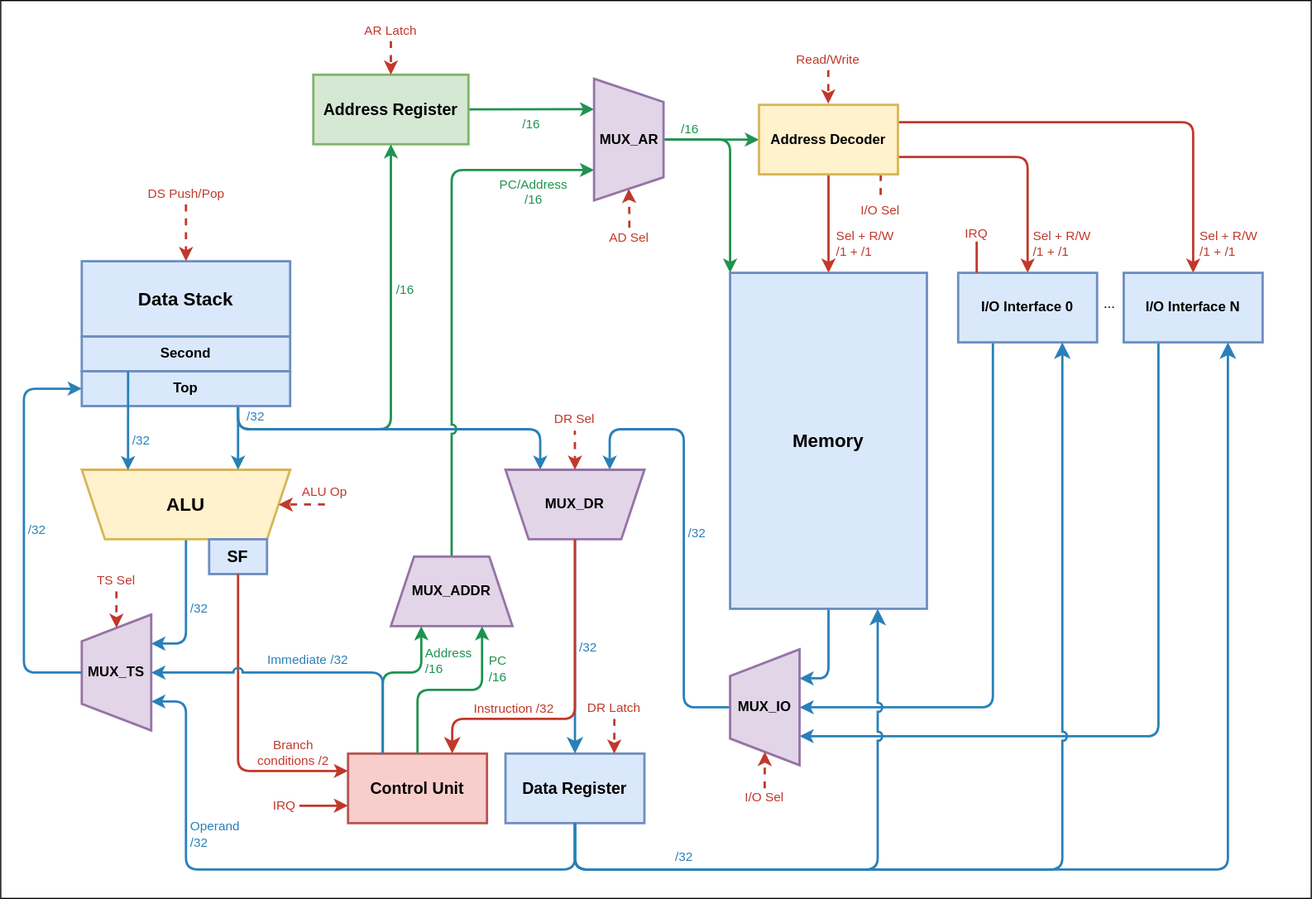
Earlier version of the draw.io export img/datapath.svg (s4dnex/csa-lab4). Source tidied: cells renumbered, new cells last; positions are measured from the earlier drawing's top-left corner, leaving out a move shared by most shapes.
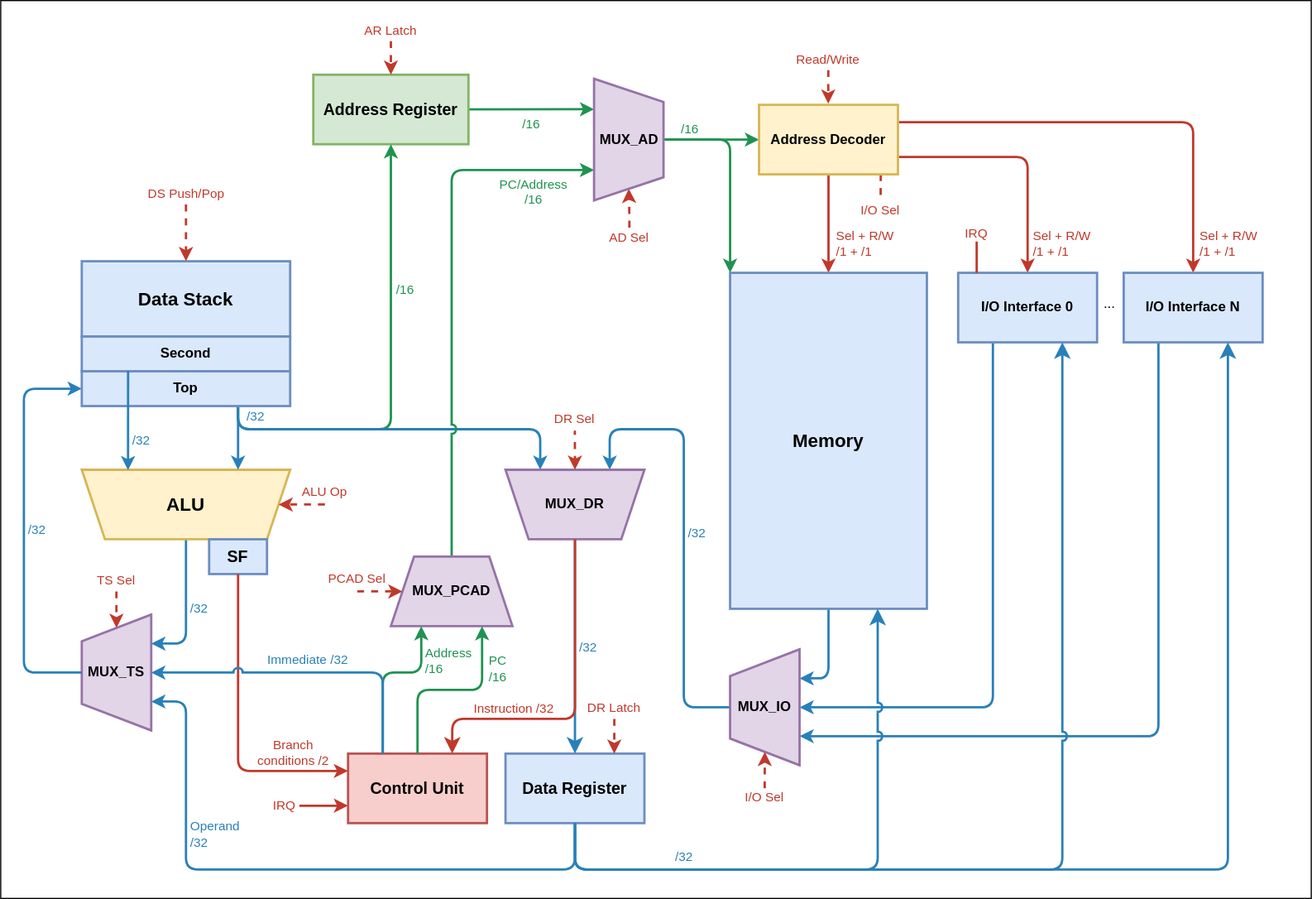
The same file after the commit.

Commit message:
fix: small mistakes on datapath scheme

What changed in the source:
```diff
@@ -294,7 +294,7 @@
     <mxCell id="53" value="Address Decoder" style="rounded=0;whiteSpace=wrap;html=1;strokeColor=#d6b656;strokeWidth=2;align=center;verticalAlign=middle;fontFamily=Helvetica;fontSize=12;fontColor=#000000;fontStyle=1;fillColor=#fff2cc;" parent="1" vertex="1">
       <mxGeometry x="821" y="90" width="120" height="60" as="geometry" />
     </mxCell>
-    <mxCell id="54" value="MUX_AR" style="shape=trapezoid;perimeter=trapezoidPerimeter;whiteSpace=wrap;html=1;fixedSize=1;rounded=0;strokeColor=#9673a6;strokeWidth=2;align=center;verticalAlign=middle;arcSize=15;fontFamily=Helvetica;fontSize=12;fontColor=light-dark(#000000,#EDEDED);fontStyle=1;fillColor=#e1d5e7;rotation=90;horizontal=0;" parent="1" vertex="1">
+    <mxCell id="54" value="MUX_AD" style="shape=trapezoid;perimeter=trapezoidPerimeter;whiteSpace=wrap;html=1;fixedSize=1;rounded=0;strokeColor=#9673a6;strokeWidth=2;align=center;verticalAlign=middle;arcSize=15;fontFamily=Helvetica;fontSize=12;fontColor=light-dark(#000000,#EDEDED);fontStyle=1;fillColor=#e1d5e7;rotation=90;horizontal=0;" parent="1" vertex="1">
       <mxGeometry x="656" y="90" width="105" height="60" as="geometry" />
     </mxCell>
     <mxCell id="55" style="edgeStyle=orthogonalEdgeStyle;rounded=1;jettySize=auto;html=1;fontSize=11;startSize=8;endSize=8;shadow=0;flowAnimation=0;entryX=0.75;entryY=0;entryDx=0;entryDy=0;exitX=0.5;exitY=0;exitDx=0;exitDy=0;strokeColor=#c0392b;strokeWidth=2;align=left;verticalAlign=middle;fontFamily=Helvetica;fontColor=#C0392B;labelBackgroundColor=none;endArrow=classic;spacingLeft=0;spacingTop=0;spacing=2;labelBorderColor=none;jumpStyle=arc;labelPosition=right;verticalLabelPosition=middle;" parent="1" edge="1" source="34" target="31">
@@ -319,7 +319,7 @@
         </Array>
       </mxGeometry>
     </mxCell>
-    <mxCell id="58" value="MUX_ADDR" style="shape=trapezoid;perimeter=trapezoidPerimeter;whiteSpace=wrap;html=1;fixedSize=1;rounded=0;strokeColor=#9673a6;strokeWidth=2;align=center;verticalAlign=middle;arcSize=15;fontFamily=Helvetica;fontSize=12;fontColor=light-dark(#000000,#EDEDED);fontStyle=1;fillColor=#e1d5e7;rotation=0;horizontal=1;" parent="1" vertex="1">
+    <mxCell id="58" value="MUX_PCAD" style="shape=trapezoid;perimeter=trapezoidPerimeter;whiteSpace=wrap;html=1;fixedSize=1;rounded=0;strokeColor=#9673a6;strokeWidth=2;align=center;verticalAlign=middle;arcSize=15;fontFamily=Helvetica;fontSize=12;fontColor=light-dark(#000000,#EDEDED);fontStyle=1;fillColor=#e1d5e7;rotation=0;horizontal=1;" parent="1" vertex="1">
       <mxGeometry x="503" y="480" width="105" height="60" as="geometry" />
     </mxCell>
     <mxCell id="59" value="Address&lt;br&gt;/16" style="edgeStyle=orthogonalEdgeStyle;rounded=1;jettySize=auto;html=1;entryX=0.25;entryY=1;entryDx=0;entryDy=0;jumpStyle=arc;shadow=0;flowAnimation=0;exitX=0.25;exitY=0;exitDx=0;exitDy=0;labelBackgroundColor=none;labelPosition=right;verticalLabelPosition=middle;align=left;verticalAlign=middle;strokeColor=#1F9350;strokeWidth=2;fontFamily=Helvetica;fontSize=11;fontColor=#1F9350;endArrow=classic;spacingRight=0;spacing=4;" parent="1" edge="1" source="31" target="58">
@@ -347,5 +347,14 @@
         <mxPoint x="424" y="695" as="sourcePoint" />
       </mxGeometry>
     </mxCell>
+    <mxCell id="64" value="PCAD Sel" style="edgeStyle=orthogonalEdgeStyle;rounded=1;dashed=1;strokeWidth=2;strokeColor=#c0392b;fontColor=#c0392b;fontSize=11;labelBackgroundColor=none;labelPosition=center;verticalLabelPosition=top;align=center;verticalAlign=bottom;spacing=4;entryX=0;entryY=0.5;entryDx=0;entryDy=0;" parent="1" edge="1" target="58">
+      <mxGeometry x="-1" relative="1" as="geometry">
+        <mxPoint x="474" y="510" as="sourcePoint" />
+        <Array as="points">
+          <mxPoint x="476" y="510" />
+          <mxPoint x="476" y="510" />
+        </Array>
+      </mxGeometry>
+    </mxCell>
   </root>
 </mxGraphModel>
```
